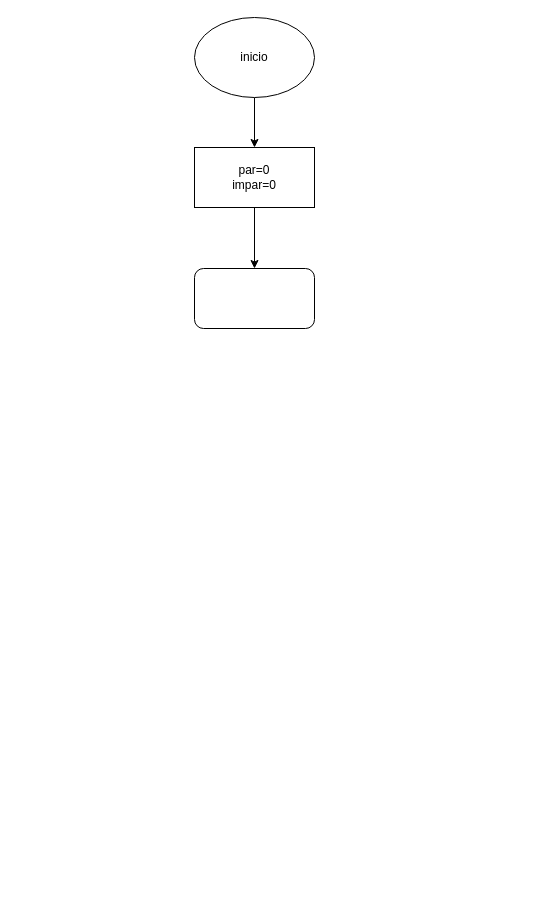
Earlier version of the draw.io diagram diagrama.drawio (olarte18/for_pares_e_impares). Source tidied: cells renumbered, new cells numbered last; positions are measured from the earlier drawing's top-left corner, leaving out a move shared by most shapes. Both pictures are drawn from the tidied source at 100%, with x=0, y=0 at pixel (194, 17).
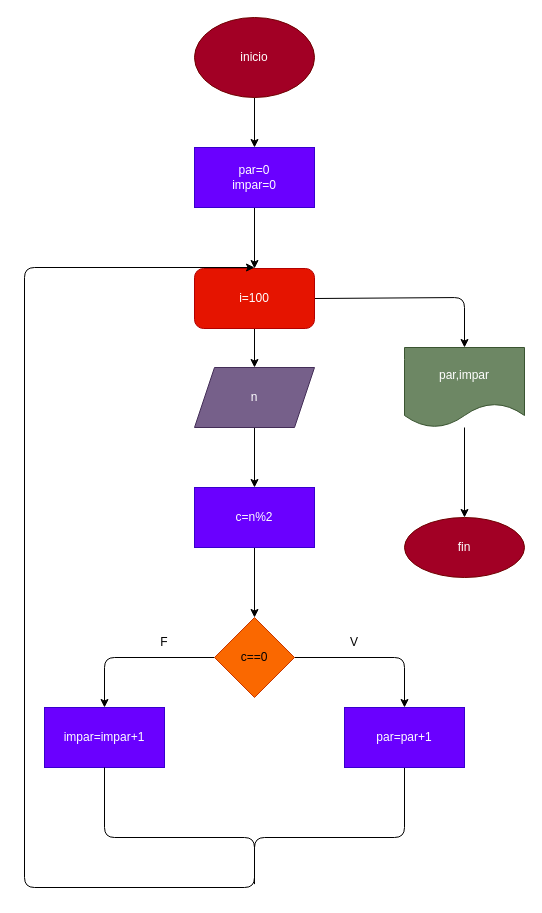
The same diagram, later.

The edit, as a diff of the source:
```diff
@@
-    <mxCell id="3" value="inicio" style="ellipse;whiteSpace=wrap;html=1;" parent="1" vertex="1">
+    <mxCell id="3" value="inicio" style="ellipse;whiteSpace=wrap;html=1;fillColor=#a20025;fontColor=#ffffff;strokeColor=#6F0000;" parent="1" vertex="1">
       <mxGeometry width="120" height="80" as="geometry" />
     </mxCell>
@@
-    <mxCell id="5" value="par=0&lt;br&gt;impar=0" style="rounded=0;whiteSpace=wrap;html=1;" parent="1" vertex="1">
+    <mxCell id="5" value="par=0&lt;br&gt;impar=0" style="rounded=0;whiteSpace=wrap;html=1;fillColor=#6a00ff;fontColor=#ffffff;strokeColor=#3700CC;" parent="1" vertex="1">
       <mxGeometry y="130" width="120" height="60" as="geometry" />
     </mxCell>
+    <mxCell id="7" style="edgeStyle=none;html=1;" parent="1" edge="1" source="6" target="10">
+      <mxGeometry relative="1" as="geometry" />
+    </mxCell>
+    <mxCell id="8" style="edgeStyle=none;html=1;exitX=1;exitY=0.5;exitDx=0;exitDy=0;" parent="1" edge="1" source="6" target="23">
+      <mxGeometry relative="1" as="geometry">
+        <Array as="points">
+          <mxPoint x="270" y="280" />
+        </Array>
+      </mxGeometry>
+    </mxCell>
-    <mxCell id="6" style="rounded=1;whiteSpace=wrap;html=1;" parent="1" vertex="1">
+    <mxCell id="6" value="i=100" style="rounded=1;whiteSpace=wrap;html=1;fillColor=#e51400;fontColor=#ffffff;strokeColor=#B20000;" parent="1" vertex="1">
       <mxGeometry y="251" width="120" height="60" as="geometry" />
     </mxCell>
+    <mxCell id="9" style="edgeStyle=none;html=1;" parent="1" edge="1" source="10" target="12">
+      <mxGeometry relative="1" as="geometry" />
+    </mxCell>
+    <mxCell id="10" value="n" style="shape=parallelogram;perimeter=parallelogramPerimeter;whiteSpace=wrap;html=1;fixedSize=1;fillColor=#76608a;fontColor=#ffffff;strokeColor=#432D57;" parent="1" vertex="1">
+      <mxGeometry y="350" width="120" height="60" as="geometry" />
+    </mxCell>
+    <mxCell id="11" style="edgeStyle=none;html=1;" parent="1" edge="1" source="12" target="15">
+      <mxGeometry relative="1" as="geometry" />
+    </mxCell>
+    <mxCell id="12" value="c=n%2" style="whiteSpace=wrap;html=1;fillColor=#6a00ff;fontColor=#ffffff;strokeColor=#3700CC;" parent="1" vertex="1">
+      <mxGeometry y="470" width="120" height="60" as="geometry" />
+    </mxCell>
+    <mxCell id="13" style="edgeStyle=none;html=1;exitX=1;exitY=0.5;exitDx=0;exitDy=0;" parent="1" edge="1" source="15" target="17">
+      <mxGeometry relative="1" as="geometry">
+        <Array as="points">
+          <mxPoint x="210" y="640" />
+        </Array>
+      </mxGeometry>
+    </mxCell>
+    <mxCell id="14" style="edgeStyle=none;html=1;exitX=0;exitY=0.5;exitDx=0;exitDy=0;" parent="1" edge="1" source="15" target="18">
+      <mxGeometry relative="1" as="geometry">
+        <Array as="points">
+          <mxPoint x="-90" y="640" />
+        </Array>
+      </mxGeometry>
+    </mxCell>
+    <mxCell id="15" value="c==0" style="rhombus;whiteSpace=wrap;html=1;fillColor=#fa6800;fontColor=#000000;strokeColor=#C73500;" parent="1" vertex="1">
+      <mxGeometry x="20" y="600" width="80" height="80" as="geometry" />
+    </mxCell>
+    <mxCell id="16" style="edgeStyle=none;html=1;exitX=0.5;exitY=1;exitDx=0;exitDy=0;" parent="1" edge="1" source="17">
+      <mxGeometry relative="1" as="geometry">
+        <mxPoint x="60" y="250" as="targetPoint" />
+        <Array as="points">
+          <mxPoint x="210" y="820" />
+          <mxPoint x="60" y="820" />
+          <mxPoint x="60" y="870" />
+          <mxPoint x="-170" y="870" />
+          <mxPoint x="-170" y="250" />
+        </Array>
+      </mxGeometry>
+    </mxCell>
+    <mxCell id="17" value="par=par+1" style="rounded=0;whiteSpace=wrap;html=1;fillColor=#6a00ff;fontColor=#ffffff;strokeColor=#3700CC;" parent="1" vertex="1">
+      <mxGeometry x="150" y="690" width="120" height="60" as="geometry" />
+    </mxCell>
+    <mxCell id="18" value="impar=impar+1" style="rounded=0;whiteSpace=wrap;html=1;fillColor=#6a00ff;fontColor=#ffffff;strokeColor=#3700CC;" parent="1" vertex="1">
+      <mxGeometry x="-150" y="690" width="120" height="60" as="geometry" />
+    </mxCell>
+    <mxCell id="19" value="F" style="text;html=1;strokeColor=none;fillColor=none;align=center;verticalAlign=middle;whiteSpace=wrap;rounded=0;" parent="1" vertex="1">
+      <mxGeometry x="-60" y="610" width="60" height="30" as="geometry" />
+    </mxCell>
+    <mxCell id="20" value="V" style="text;html=1;strokeColor=none;fillColor=none;align=center;verticalAlign=middle;whiteSpace=wrap;rounded=0;" parent="1" vertex="1">
+      <mxGeometry x="130" y="610" width="60" height="30" as="geometry" />
+    </mxCell>
+    <mxCell id="21" style="endArrow=none;html=1;" parent="1" edge="1" source="18">
+      <mxGeometry relative="1" as="geometry">
+        <mxPoint x="60" y="860" as="targetPoint" />
+        <Array as="points">
+          <mxPoint x="-90" y="820" />
+          <mxPoint x="60" y="820" />
+          <mxPoint x="60" y="870" />
+        </Array>
+      </mxGeometry>
+    </mxCell>
+    <mxCell id="22" style="edgeStyle=none;html=1;" parent="1" edge="1" source="23" target="24">
+      <mxGeometry relative="1" as="geometry" />
+    </mxCell>
+    <mxCell id="23" value="par,impar" style="shape=document;whiteSpace=wrap;html=1;boundedLbl=1;fillColor=#6d8764;fontColor=#ffffff;strokeColor=#3A5431;" parent="1" vertex="1">
+      <mxGeometry x="210" y="330" width="120" height="80" as="geometry" />
+    </mxCell>
+    <mxCell id="24" value="fin" style="ellipse;whiteSpace=wrap;html=1;fillColor=#a20025;fontColor=#ffffff;strokeColor=#6F0000;" parent="1" vertex="1">
+      <mxGeometry x="210" y="500" width="120" height="60" as="geometry" />
+    </mxCell>
```
